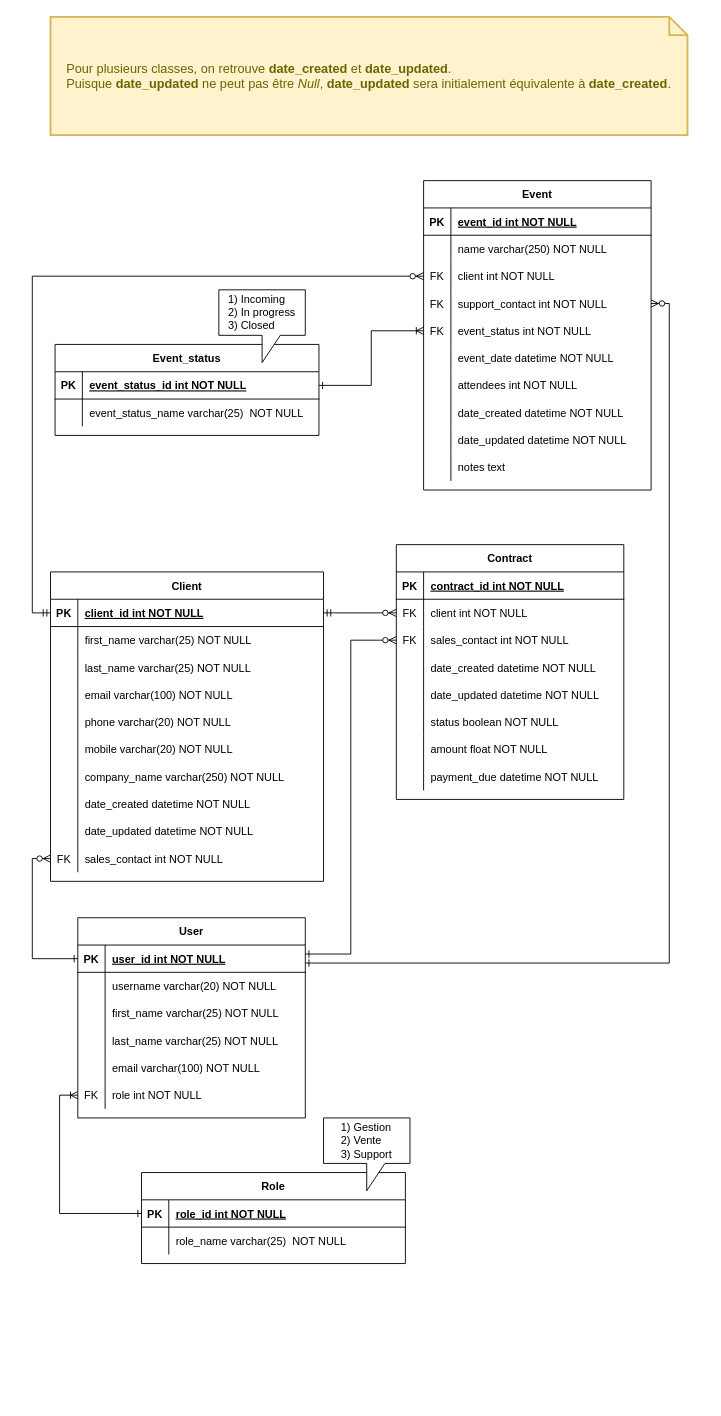
Before: ERD_Epic_Events.drawio in Olrio/P12, a draw.io diagram. Source tidied: cells renumbered, new cells numbered last; positions are measured from the earlier drawing's top-left corner, leaving out a move shared by most shapes. Both pictures are drawn from the tidied source at 91%, with x=0, y=0 at pixel (50, 16).
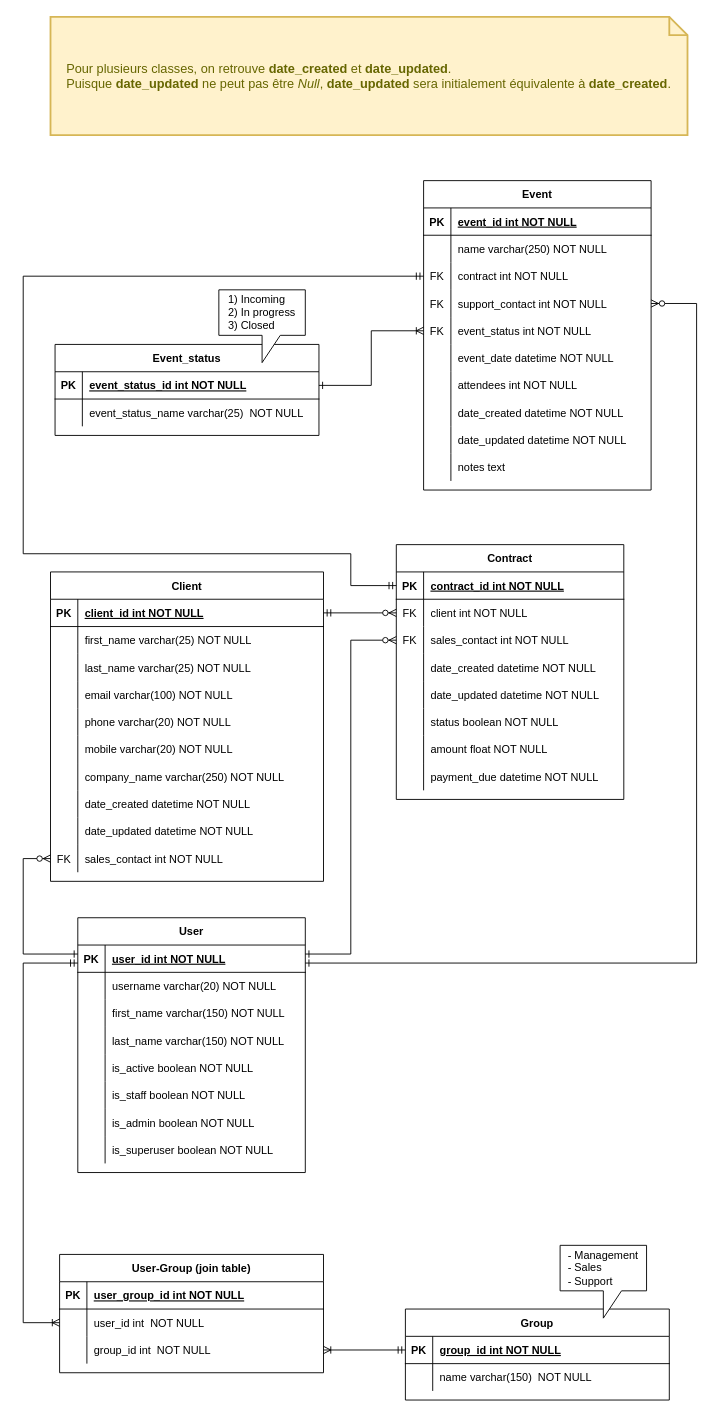
Above is the later version.

Unchanged cells that the change refers to:
```xml
<mxCell id="3" style="shape=partialRectangle;fillColor=none;points=[[0,0.5],[1,0.5]];portConstraint=eastwest;top=0;left=0;right=0;bottom=1;" parent="2" vertex="1">
  <mxGeometry y="30" width="250" height="30" as="geometry" />
</mxCell>
<mxCell id="34" style="shape=partialRectangle;fillColor=none;top=0;left=0;right=0;bottom=0;" parent="27" vertex="1">
  <mxGeometry y="90" width="250" height="30" as="geometry" />
</mxCell>
<mxCell id="37" style="shape=partialRectangle;fillColor=none;top=0;left=0;right=0;bottom=0;" parent="27" vertex="1">
  <mxGeometry y="120" width="250" height="30" as="geometry" />
</mxCell>
<mxCell id="40" style="shape=partialRectangle;fillColor=none;top=0;left=0;right=0;bottom=0;" parent="27" vertex="1">
  <mxGeometry y="150" width="250" height="30" as="geometry" />
</mxCell>
<mxCell id="43" style="shape=partialRectangle;fillColor=none;points=[[0,0.5],[1,0.5]];portConstraint=eastwest;top=0;left=0;right=0;bottom=0;" parent="27" vertex="1">
  <mxGeometry y="180" width="250" height="30" as="geometry" />
</mxCell>
<mxCell id="47" style="shape=partialRectangle;fillColor=none;points=[[0,0.5],[1,0.5]];portConstraint=eastwest;top=0;left=0;right=0;bottom=1;" parent="46" vertex="1">
  <mxGeometry y="30" width="300" height="30" as="geometry" />
</mxCell>
<mxCell id="74" style="shape=partialRectangle;fillColor=none;points=[[0,0.5],[1,0.5]];portConstraint=eastwest;top=0;left=0;right=0;bottom=0;" parent="46" vertex="1">
  <mxGeometry y="300" width="300" height="30" as="geometry" />
</mxCell>
<mxCell id="87" style="shape=partialRectangle;fillColor=none;points=[[0,0.5],[1,0.5]];portConstraint=eastwest;top=0;left=0;right=0;bottom=0;" parent="80" vertex="1">
  <mxGeometry y="90" width="250" height="30" as="geometry" />
</mxCell>
<mxCell id="90" style="shape=partialRectangle;fillColor=none;points=[[0,0.5],[1,0.5]];portConstraint=eastwest;top=0;left=0;right=0;bottom=0;" parent="80" vertex="1">
  <mxGeometry y="120" width="250" height="30" as="geometry" />
</mxCell>
<mxCell id="122" style="shape=partialRectangle;fillColor=none;points=[[0,0.5],[1,0.5]];portConstraint=eastwest;top=0;left=0;right=0;bottom=1;" parent="121" vertex="1">
  <mxGeometry y="30" width="290" height="30" as="geometry" />
</mxCell>
<mxCell id="125" style="shape=partialRectangle;fillColor=none;top=0;left=0;right=0;bottom=0;" parent="121" vertex="1">
  <mxGeometry y="60" width="290" height="30" as="geometry" />
</mxCell>
```

Diff of the diagram source:
```diff
@@
     <mxCell id="27" value="User" style="shape=table;startSize=30;childLayout=tableLayout;rowLines=0;fontStyle=1;align=center;" parent="1" vertex="1">
-      <mxGeometry x="30" y="990" width="250" height="220" as="geometry" />
+      <mxGeometry x="30" y="990" width="250" height="280" as="geometry" />
     </mxCell>
-    <mxCell id="28" style="shape=partialRectangle;fillColor=none;points=[[0,0.5],[1,0.33], [1, 0.66]];portConstraint=eastwest;top=0;left=0;right=0;bottom=1;" parent="27" vertex="1">
+    <mxCell id="28" style="shape=partialRectangle;fillColor=none;points=[[0,0.33],[0, 0.66], [1,0.33], [1, 0.66]];portConstraint=eastwest;top=0;left=0;right=0;bottom=1;" parent="27" vertex="1">
       <mxGeometry y="30" width="250" height="30" as="geometry" />
     </mxCell>
@@
-    <mxCell id="36" value="first_name varchar(25) NOT NULL" style="shape=partialRectangle;overflow=hidden;fillColor=none;top=0;left=0;bottom=0;right=0;align=left;spacingLeft=6;" parent="34" vertex="1">
+    <mxCell id="36" value="first_name varchar(150) NOT NULL" style="shape=partialRectangle;overflow=hidden;fillColor=none;top=0;left=0;bottom=0;right=0;align=left;spacingLeft=6;" parent="34" vertex="1">
       <mxGeometry x="30" width="220" height="30" as="geometry" />
     </mxCell>
@@
-    <mxCell id="39" value="last_name varchar(25) NOT NULL" style="shape=partialRectangle;overflow=hidden;fillColor=none;top=0;left=0;bottom=0;right=0;align=left;spacingLeft=6;" parent="37" vertex="1">
+    <mxCell id="39" value="last_name varchar(150) NOT NULL" style="shape=partialRectangle;overflow=hidden;fillColor=none;top=0;left=0;bottom=0;right=0;align=left;spacingLeft=6;" parent="37" vertex="1">
       <mxGeometry x="30" width="220" height="30" as="geometry" />
     </mxCell>
@@
-    <mxCell id="42" value="email varchar(100) NOT NULL" style="shape=partialRectangle;overflow=hidden;fillColor=none;top=0;left=0;bottom=0;right=0;align=left;spacingLeft=6;" parent="40" vertex="1">
+    <mxCell id="42" value="is_active boolean NOT NULL" style="shape=partialRectangle;overflow=hidden;fillColor=none;top=0;left=0;bottom=0;right=0;align=left;spacingLeft=6;" parent="40" vertex="1">
       <mxGeometry x="30" width="220" height="30" as="geometry" />
     </mxCell>
@@
-    <mxCell id="44" value="FK" style="shape=partialRectangle;overflow=hidden;fillColor=none;top=0;left=0;bottom=0;right=0;" parent="43" vertex="1">
-      <mxGeometry width="30" height="30" as="geometry" />
-    </mxCell>
-    <mxCell id="45" value="role int NOT NULL" style="shape=partialRectangle;overflow=hidden;fillColor=none;top=0;left=0;bottom=0;right=0;align=left;spacingLeft=6;" parent="43" vertex="1">
-      <mxGeometry x="30" width="220" height="30" as="geometry" />
-    </mxCell>
+    <mxCell id="132" style="shape=partialRectangle;overflow=hidden;fillColor=none;top=0;left=0;bottom=0;right=0;" parent="43" vertex="1">
+      <mxGeometry width="30" height="30" as="geometry" />
+    </mxCell>
+    <mxCell id="133" value="is_staff boolean NOT NULL" style="shape=partialRectangle;overflow=hidden;fillColor=none;top=0;left=0;bottom=0;right=0;align=left;spacingLeft=6;" parent="43" vertex="1">
+      <mxGeometry x="30" width="220" height="30" as="geometry" />
+    </mxCell>
+    <mxCell id="134" style="shape=partialRectangle;fillColor=none;top=0;left=0;right=0;bottom=0;" parent="27" vertex="1">
+      <mxGeometry y="210" width="250" height="30" as="geometry" />
+    </mxCell>
+    <mxCell id="135" style="shape=partialRectangle;overflow=hidden;fillColor=none;top=0;left=0;bottom=0;right=0;" parent="134" vertex="1">
+      <mxGeometry width="30" height="30" as="geometry" />
+    </mxCell>
+    <mxCell id="136" value="is_admin boolean NOT NULL" style="shape=partialRectangle;overflow=hidden;fillColor=none;top=0;left=0;bottom=0;right=0;align=left;spacingLeft=6;" parent="134" vertex="1">
+      <mxGeometry x="30" width="220" height="30" as="geometry" />
+    </mxCell>
+    <mxCell id="137" style="shape=partialRectangle;fillColor=none;top=0;left=0;right=0;bottom=0;" parent="27" vertex="1">
+      <mxGeometry y="240" width="250" height="30" as="geometry" />
+    </mxCell>
+    <mxCell id="138" style="shape=partialRectangle;overflow=hidden;fillColor=none;top=0;left=0;bottom=0;right=0;" parent="137" vertex="1">
+      <mxGeometry width="30" height="30" as="geometry" />
+    </mxCell>
+    <mxCell id="139" value="is_superuser boolean NOT NULL" style="shape=partialRectangle;overflow=hidden;fillColor=none;top=0;left=0;bottom=0;right=0;align=left;spacingLeft=6;" parent="137" vertex="1">
+      <mxGeometry x="30" width="220" height="30" as="geometry" />
+    </mxCell>
@@
-    <mxCell id="77" style="edgeStyle=orthogonalEdgeStyle;rounded=0;jettySize=auto;html=1;exitX=0;exitY=0.5;exitDx=0;exitDy=0;entryX=0;entryY=0.5;entryDx=0;entryDy=0;endArrow=ERone;endFill=0;startArrow=ERzeroToMany;startFill=1;" parent="1" edge="1" source="74" target="28">
-      <mxGeometry relative="1" as="geometry" />
+    <mxCell id="77" style="edgeStyle=orthogonalEdgeStyle;rounded=0;jettySize=auto;html=1;exitX=0;exitY=0.5;exitDx=0;exitDy=0;endArrow=ERone;endFill=0;startArrow=ERzeroToMany;startFill=1;entryX=0;entryY=0.33;entryDx=0;entryDy=0;" parent="1" edge="1" source="74" target="28">
+      <mxGeometry relative="1" as="geometry">
+        <Array as="points">
+          <mxPoint x="-30" y="925" />
+          <mxPoint x="-30" y="1030" />
+        </Array>
+      </mxGeometry>
     </mxCell>
@@
-    <mxCell id="89" value="client int NOT NULL" style="shape=partialRectangle;overflow=hidden;fillColor=none;top=0;left=0;bottom=0;right=0;align=left;spacingLeft=6;" parent="87" vertex="1">
+    <mxCell id="89" value="contract int NOT NULL" style="shape=partialRectangle;overflow=hidden;fillColor=none;top=0;left=0;bottom=0;right=0;align=left;spacingLeft=6;" parent="87" vertex="1">
       <mxGeometry x="30" width="220" height="30" as="geometry" />
     </mxCell>
@@
-    <mxCell id="111" style="edgeStyle=orthogonalEdgeStyle;rounded=0;jettySize=auto;html=1;exitX=0;exitY=0.5;exitDx=0;exitDy=0;entryX=0;entryY=0.5;entryDx=0;entryDy=0;endArrow=ERmandOne;endFill=0;startArrow=ERzeroToMany;startFill=1;" parent="1" edge="1" source="87" target="47">
-      <mxGeometry relative="1" as="geometry" />
+    <mxCell id="111" style="edgeStyle=orthogonalEdgeStyle;rounded=0;jettySize=auto;html=1;exitX=0;exitY=0.5;exitDx=0;exitDy=0;endArrow=ERmandOne;endFill=0;startArrow=ERmandOne;startFill=0;entryX=0;entryY=0.5;entryDx=0;entryDy=0;" parent="1" edge="1" source="87" target="3">
+      <mxGeometry relative="1" as="geometry">
+        <Array as="points">
+          <mxPoint x="-30" y="285" />
+          <mxPoint x="-30" y="590" />
+          <mxPoint x="330" y="590" />
+          <mxPoint x="330" y="625" />
+        </Array>
+      </mxGeometry>
     </mxCell>
@@
     <mxCell id="119" style="edgeStyle=orthogonalEdgeStyle;rounded=0;jettySize=auto;html=1;endArrow=ERone;endFill=0;exitX=1;exitY=0.5;exitDx=0;exitDy=0;entryX=1;entryY=0.66;entryDx=0;entryDy=0;startArrow=ERzeroToMany;startFill=1;" parent="1" edge="1" source="90" target="28">
-      <mxGeometry relative="1" as="geometry" />
+      <mxGeometry relative="1" as="geometry">
+        <Array as="points">
+          <mxPoint x="710" y="315" />
+          <mxPoint x="710" y="1040" />
+        </Array>
+      </mxGeometry>
     </mxCell>
@@
-    <mxCell id="121" value="Role" style="shape=table;startSize=30;childLayout=tableLayout;rowLines=0;fontStyle=1;align=center;" parent="1" vertex="1">
-      <mxGeometry x="100" y="1270" width="290" height="100" as="geometry" />
+    <mxCell id="121" value="Group" style="shape=table;startSize=30;childLayout=tableLayout;rowLines=0;fontStyle=1;align=center;" parent="1" vertex="1">
+      <mxGeometry x="390" y="1420" width="290" height="100" as="geometry" />
     </mxCell>
@@
-    <mxCell id="124" value="role_id int NOT NULL " style="shape=partialRectangle;overflow=hidden;fillColor=none;top=0;left=0;bottom=0;right=0;align=left;spacingLeft=6;fontStyle=5;" parent="122" vertex="1">
+    <mxCell id="124" value="group_id int NOT NULL " style="shape=partialRectangle;overflow=hidden;fillColor=none;top=0;left=0;bottom=0;right=0;align=left;spacingLeft=6;fontStyle=5;" parent="122" vertex="1">
       <mxGeometry x="30" width="260" height="30" as="geometry" />
     </mxCell>
@@
-    <mxCell id="127" value="role_name varchar(25)  NOT NULL" style="shape=partialRectangle;overflow=hidden;fillColor=none;top=0;left=0;bottom=0;right=0;align=left;spacingLeft=6;" parent="125" vertex="1">
+    <mxCell id="127" value="name varchar(150)  NOT NULL" style="shape=partialRectangle;overflow=hidden;fillColor=none;top=0;left=0;bottom=0;right=0;align=left;spacingLeft=6;" parent="125" vertex="1">
       <mxGeometry x="30" width="260" height="30" as="geometry" />
     </mxCell>
-    <mxCell id="128" style="edgeStyle=orthogonalEdgeStyle;rounded=0;jettySize=auto;html=1;exitX=0;exitY=0.5;exitDx=0;exitDy=0;entryX=0;entryY=0.5;entryDx=0;entryDy=0;endArrow=ERone;endFill=0;startArrow=ERoneToMany;startFill=0;" parent="1" edge="1" source="43" target="122">
-      <mxGeometry relative="1" as="geometry" />
-    </mxCell>
-    <mxCell id="129" value="&lt;div style=&quot;text-align: justify&quot;&gt;&lt;span&gt;1) Gestion&lt;/span&gt;&lt;/div&gt;&lt;div style=&quot;text-align: justify&quot;&gt;&lt;span&gt;2) Vente&lt;/span&gt;&lt;/div&gt;&lt;div style=&quot;text-align: justify&quot;&gt;&lt;span&gt;3) Support&lt;/span&gt;&lt;/div&gt;" style="shape=callout;whiteSpace=wrap;html=1;perimeter=calloutPerimeter;" parent="1" vertex="1">
-      <mxGeometry x="300" y="1210" width="95" height="80" as="geometry" />
+    <mxCell id="129" value="&lt;div style=&quot;text-align: justify&quot;&gt;&lt;span&gt;- Management&lt;/span&gt;&lt;/div&gt;&lt;div style=&quot;text-align: justify&quot;&gt;- Sales&lt;/div&gt;&lt;div style=&quot;text-align: justify&quot;&gt;- Support&lt;/div&gt;" style="shape=callout;whiteSpace=wrap;html=1;perimeter=calloutPerimeter;" parent="1" vertex="1">
+      <mxGeometry x="560" y="1350" width="95" height="80" as="geometry" />
     </mxCell>
@@
+    <mxCell id="140" value="User-Group (join table)" style="shape=table;startSize=30;childLayout=tableLayout;rowLines=0;fontStyle=1;align=center;" parent="1" vertex="1">
+      <mxGeometry x="10" y="1360" width="290" height="130" as="geometry" />
+    </mxCell>
+    <mxCell id="141" style="shape=partialRectangle;fillColor=none;top=0;left=0;right=0;bottom=1;" parent="140" vertex="1">
+      <mxGeometry y="30" width="290" height="30" as="geometry" />
+    </mxCell>
+    <mxCell id="142" value="PK" style="shape=partialRectangle;overflow=hidden;fillColor=none;top=0;left=0;bottom=0;right=0;fontStyle=1;" parent="141" vertex="1">
+      <mxGeometry width="30" height="30" as="geometry" />
+    </mxCell>
+    <mxCell id="143" value="user_group_id int NOT NULL " style="shape=partialRectangle;overflow=hidden;fillColor=none;top=0;left=0;bottom=0;right=0;align=left;spacingLeft=6;fontStyle=5;" parent="141" vertex="1">
+      <mxGeometry x="30" width="260" height="30" as="geometry" />
+    </mxCell>
+    <mxCell id="144" style="shape=partialRectangle;fillColor=none;points=[[0,0.5],[1,0.5]];portConstraint=eastwest;top=0;left=0;right=0;bottom=0;" parent="140" vertex="1">
+      <mxGeometry y="60" width="290" height="30" as="geometry" />
+    </mxCell>
+    <mxCell id="145" style="shape=partialRectangle;overflow=hidden;fillColor=none;top=0;left=0;bottom=0;right=0;" parent="144" vertex="1">
+      <mxGeometry width="30" height="30" as="geometry" />
+    </mxCell>
+    <mxCell id="146" value="user_id int  NOT NULL" style="shape=partialRectangle;overflow=hidden;fillColor=none;top=0;left=0;bottom=0;right=0;align=left;spacingLeft=6;" parent="144" vertex="1">
+      <mxGeometry x="30" width="260" height="30" as="geometry" />
+    </mxCell>
+    <mxCell id="147" style="shape=partialRectangle;fillColor=none;points=[[0,0.5],[1,0.5]];portConstraint=eastwest;top=0;left=0;right=0;bottom=0;" parent="140" vertex="1">
+      <mxGeometry y="90" width="290" height="30" as="geometry" />
+    </mxCell>
+    <mxCell id="148" style="shape=partialRectangle;overflow=hidden;fillColor=none;top=0;left=0;bottom=0;right=0;" parent="147" vertex="1">
+      <mxGeometry width="30" height="30" as="geometry" />
+    </mxCell>
+    <mxCell id="149" value="group_id int  NOT NULL" style="shape=partialRectangle;overflow=hidden;fillColor=none;top=0;left=0;bottom=0;right=0;align=left;spacingLeft=6;" parent="147" vertex="1">
+      <mxGeometry x="30" width="260" height="30" as="geometry" />
+    </mxCell>
+    <mxCell id="150" style="edgeStyle=orthogonalEdgeStyle;rounded=0;jettySize=auto;html=1;entryX=0;entryY=0.5;entryDx=0;entryDy=0;endArrow=ERoneToMany;endFill=0;startArrow=ERmandOne;startFill=0;exitX=0;exitY=0.66;exitDx=0;exitDy=0;" parent="1" edge="1" source="28" target="144">
+      <mxGeometry relative="1" as="geometry">
+        <Array as="points">
+          <mxPoint x="-30" y="1040" />
+          <mxPoint x="-30" y="1435" />
+        </Array>
+      </mxGeometry>
+    </mxCell>
+    <mxCell id="151" style="edgeStyle=orthogonalEdgeStyle;rounded=0;jettySize=auto;html=1;exitX=0;exitY=0.5;exitDx=0;exitDy=0;entryX=1;entryY=0.5;entryDx=0;entryDy=0;endArrow=ERoneToMany;endFill=0;startArrow=ERmandOne;startFill=0;" parent="1" edge="1" source="122" target="147">
+      <mxGeometry relative="1" as="geometry" />
+    </mxCell>
```
